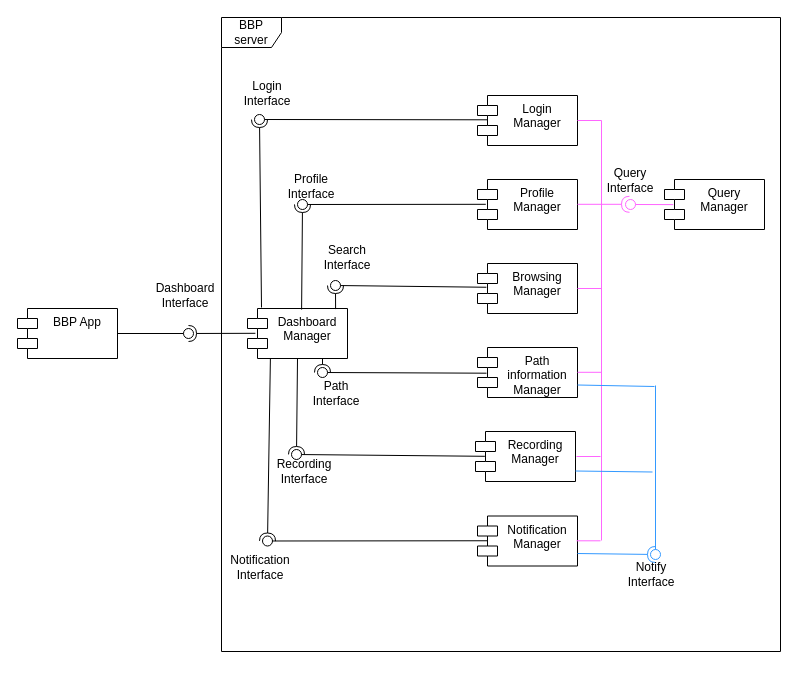
annacordi/BestBikePaths-RASD-DD-Project2025 keeps this draw.io diagram as otherdiagrams/lowlevel components.drawio. Above is the earlier version. Source tidied: cells renumbered, new cells numbered last; positions are measured from the earlier drawing's top-left corner, leaving out a move shared by most shapes. Both pictures are drawn from the tidied source at 100%, with x=0, y=0 at pixel (17, 17).
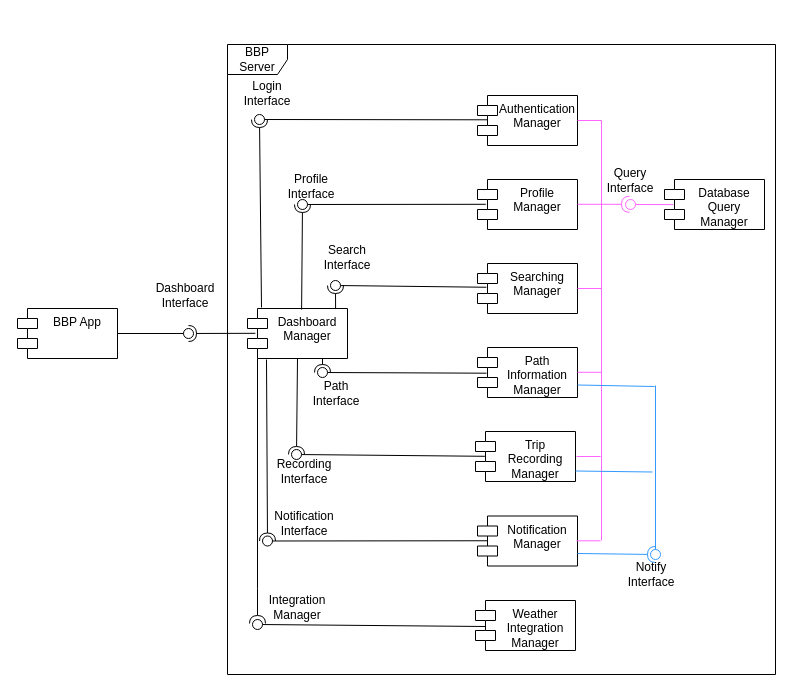
After the change.

Commit message:
aggiornamento low level diagram

Unchanged cells that the change refers to:
```xml
<mxCell id="3" value="Dashboard Manager" style="shape=module;align=left;spacingLeft=20;align=center;verticalAlign=top;whiteSpace=wrap;html=1;" parent="1" vertex="1">
  <mxGeometry x="230" y="291" width="100" height="50" as="geometry" />
</mxCell>
<mxCell id="27" style="ellipse;whiteSpace=wrap;html=1;align=center;fillColor=none;strokeColor=none;perimeter=centerPerimeter;points=[];outlineConnect=1;" parent="1" vertex="1">
  <mxGeometry x="245" y="518.5" width="10" height="10" as="geometry" />
</mxCell>
```

Change to the diagram source:
```diff
@@
-    <mxCell id="4" value="Login Manager" style="shape=module;align=left;spacingLeft=20;align=center;verticalAlign=top;whiteSpace=wrap;html=1;" parent="1" vertex="1">
+    <mxCell id="4" value="Authentication Manager" style="shape=module;align=left;spacingLeft=20;align=center;verticalAlign=top;whiteSpace=wrap;html=1;" parent="1" vertex="1">
       <mxGeometry x="460" y="78" width="100" height="50" as="geometry" />
     </mxCell>
@@
-    <mxCell id="6" value="Browsing Manager" style="shape=module;align=left;spacingLeft=20;align=center;verticalAlign=top;whiteSpace=wrap;html=1;" parent="1" vertex="1">
+    <mxCell id="6" value="Searching Manager" style="shape=module;align=left;spacingLeft=20;align=center;verticalAlign=top;whiteSpace=wrap;html=1;" parent="1" vertex="1">
       <mxGeometry x="460" y="246" width="100" height="50" as="geometry" />
     </mxCell>
-    <mxCell id="7" value="Path information Manager" style="shape=module;align=left;spacingLeft=20;align=center;verticalAlign=top;whiteSpace=wrap;html=1;" parent="1" vertex="1">
+    <mxCell id="7" value="Path Information Manager" style="shape=module;align=left;spacingLeft=20;align=center;verticalAlign=top;whiteSpace=wrap;html=1;" parent="1" vertex="1">
       <mxGeometry x="460" y="330" width="100" height="50" as="geometry" />
     </mxCell>
-    <mxCell id="8" value="Recording Manager" style="shape=module;align=left;spacingLeft=20;align=center;verticalAlign=top;whiteSpace=wrap;html=1;" parent="1" vertex="1">
+    <mxCell id="8" value="Trip Recording Manager" style="shape=module;align=left;spacingLeft=20;align=center;verticalAlign=top;whiteSpace=wrap;html=1;" parent="1" vertex="1">
       <mxGeometry x="458" y="414" width="100" height="50" as="geometry" />
     </mxCell>
@@
-    <mxCell id="10" value="Query Manager" style="shape=module;align=left;spacingLeft=20;align=center;verticalAlign=top;whiteSpace=wrap;html=1;" parent="1" vertex="1">
+    <mxCell id="10" value="Database Query Manager" style="shape=module;align=left;spacingLeft=20;align=center;verticalAlign=top;whiteSpace=wrap;html=1;" parent="1" vertex="1">
       <mxGeometry x="647" y="162" width="100" height="50" as="geometry" />
     </mxCell>
@@
-    <mxCell id="26" style="rounded=0;jettySize=auto;html=1;endArrow=halfCircle;endFill=0;endSize=6;strokeWidth=1;sketch=0;exitX=0.229;exitY=1.002;exitDx=0;exitDy=0;exitPerimeter=0;" parent="1" edge="1" source="3" target="27">
+    <mxCell id="26" style="rounded=0;jettySize=auto;html=1;endArrow=halfCircle;endFill=0;endSize=6;strokeWidth=1;sketch=0;exitX=0.19;exitY=1.02;exitDx=0;exitDy=0;exitPerimeter=0;" parent="1" edge="1" source="3" target="27">
       <mxGeometry relative="1" as="geometry" />
     </mxCell>
@@
     <mxCell id="40" value="Notification Interface" style="text;html=1;whiteSpace=wrap;strokeColor=none;fillColor=none;align=center;verticalAlign=middle;rounded=0;" parent="1" vertex="1">
-      <mxGeometry x="213" y="535" width="60" height="30" as="geometry" />
+      <mxGeometry x="257" y="491" width="60" height="30" as="geometry" />
     </mxCell>
@@
-    <mxCell id="56" value="BBP server" style="shape=umlFrame;whiteSpace=wrap;html=1;" parent="1" vertex="1">
-      <mxGeometry x="204" width="559" height="634" as="geometry" />
-    </mxCell>
+    <mxCell id="57" value="Weather Integration Manager" style="shape=module;align=left;spacingLeft=20;align=center;verticalAlign=top;whiteSpace=wrap;html=1;" parent="1" vertex="1">
+      <mxGeometry x="458" y="583" width="100" height="50" as="geometry" />
+    </mxCell>
+    <mxCell id="58" style="rounded=0;jettySize=auto;html=1;endArrow=halfCircle;endFill=0;endSize=6;strokeWidth=1;sketch=0;exitX=0;exitY=1;exitDx=10;exitDy=0;exitPerimeter=0;" parent="1" edge="1" source="3">
+      <mxGeometry relative="1" as="geometry">
+        <mxPoint x="240" y="606" as="targetPoint" />
+        <Array as="points">
+          <mxPoint x="240" y="571" />
+        </Array>
+      </mxGeometry>
+    </mxCell>
+    <mxCell id="59" style="rounded=0;jettySize=auto;html=1;endArrow=oval;endFill=0;sketch=0;sourcePerimeterSpacing=0;targetPerimeterSpacing=0;endSize=10;exitX=0.096;exitY=0.52;exitDx=0;exitDy=0;exitPerimeter=0;" parent="1" edge="1" source="57">
+      <mxGeometry relative="1" as="geometry">
+        <mxPoint x="240" y="607" as="targetPoint" />
+      </mxGeometry>
+    </mxCell>
+    <mxCell id="60" style="ellipse;whiteSpace=wrap;html=1;align=center;fillColor=none;strokeColor=none;perimeter=centerPerimeter;" parent="1" vertex="1">
+      <mxGeometry x="379" y="411" width="10" height="10" as="geometry" />
+    </mxCell>
+    <mxCell id="61" value="Integration Manager" style="text;html=1;whiteSpace=wrap;strokeColor=none;fillColor=none;align=center;verticalAlign=middle;rounded=0;" parent="1" vertex="1">
+      <mxGeometry x="250" y="575" width="60" height="30" as="geometry" />
+    </mxCell>
+    <mxCell id="62" value="BBP Server" style="shape=umlFrame;whiteSpace=wrap;html=1;" parent="1" vertex="1">
+      <mxGeometry x="210" y="27" width="548" height="630" as="geometry" />
+    </mxCell>
```
